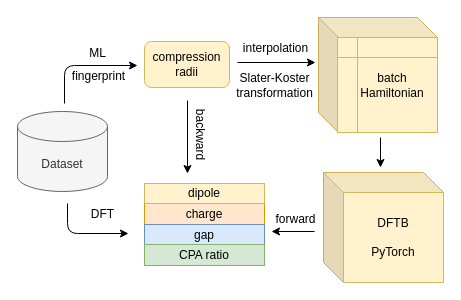
Above: Untitled Diagram.drawio in FanGuozheng/dftbpy (draw.io), before the change. Source tidied: cells renumbered, new cells numbered last; positions are measured from the earlier drawing's top-left corner, leaving out a move shared by most shapes. Both pictures are drawn from the tidied source at 100%, with x=0, y=0 at pixel (17, 17).
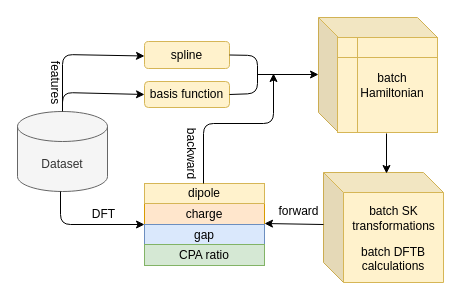
Above is the later version.

Unchanged cells that the change refers to:
```xml
<mxCell id="7" value="charge" style="rounded=0;whiteSpace=wrap;html=1;fillColor=#ffe6cc;strokeColor=#d79b00;" parent="1" vertex="1">
  <mxGeometry x="127" y="186" width="120" height="21" as="geometry" />
</mxCell>
```

Change to the diagram source:
```diff
@@
-    <mxCell id="3" value="compression radii" style="rounded=1;whiteSpace=wrap;html=1;fillColor=#fff2cc;strokeColor=#d6b656;" parent="1" vertex="1">
-      <mxGeometry x="127" y="24" width="85" height="46" as="geometry" />
+    <mxCell id="3" value="basis function" style="rounded=1;whiteSpace=wrap;html=1;fillColor=#fff2cc;strokeColor=#d6b656;" parent="1" vertex="1">
+      <mxGeometry x="127" y="64" width="85" height="26" as="geometry" />
     </mxCell>
-    <mxCell id="4" value="DFTB&lt;br&gt;&lt;br&gt;PyTorch" style="shape=cube;whiteSpace=wrap;html=1;boundedLbl=1;backgroundOutline=1;darkOpacity=0.05;darkOpacity2=0.1;fillColor=#fff2cc;strokeColor=#d6b656;" parent="1" vertex="1">
+    <mxCell id="4" value="&lt;br&gt;&lt;br&gt;&lt;br&gt;batch DFTB calculations" style="shape=cube;whiteSpace=wrap;html=1;boundedLbl=1;backgroundOutline=1;darkOpacity=0.05;darkOpacity2=0.1;fillColor=#fff2cc;strokeColor=#d6b656;" parent="1" vertex="1">
       <mxGeometry x="306" y="155" width="120" height="110" as="geometry" />
     </mxCell>
@@
-    <mxCell id="11" style="endArrow=classic;html=1;" parent="1" edge="1">
+    <mxCell id="11" style="endArrow=classic;html=1;entryX=0;entryY=0.5;entryDx=0;entryDy=0;" parent="1" edge="1" target="3">
       <mxGeometry relative="1" as="geometry">
-        <mxPoint x="47" y="86" as="sourcePoint" />
-        <mxPoint x="120" y="48" as="targetPoint" />
+        <mxPoint x="45" y="94" as="sourcePoint" />
         <Array as="points">
-          <mxPoint x="47" y="48" />
+          <mxPoint x="45" y="75" />
         </Array>
       </mxGeometry>
     </mxCell>
     <mxCell id="12" style="endArrow=classic;html=1;" parent="1" edge="1">
       <mxGeometry relative="1" as="geometry">
-        <mxPoint x="220" y="45" as="sourcePoint" />
-        <mxPoint x="298" y="45" as="targetPoint" />
+        <mxPoint x="240" y="57" as="sourcePoint" />
+        <mxPoint x="301" y="57" as="targetPoint" />
       </mxGeometry>
     </mxCell>
-    <mxCell id="13" style="endArrow=classic;html=1;" parent="1" edge="1">
+    <mxCell id="13" style="endArrow=classic;html=1;exitX=0.5;exitY=1;exitDx=0;exitDy=0;exitPerimeter=0;entryX=0;entryY=1;entryDx=0;entryDy=0;" parent="1" edge="1" target="7">
       <mxGeometry relative="1" as="geometry">
-        <mxPoint x="50" y="186" as="sourcePoint" />
-        <mxPoint x="111" y="216" as="targetPoint" />
+        <mxPoint x="43" y="174" as="sourcePoint" />
         <Array as="points">
-          <mxPoint x="50" y="216" />
+          <mxPoint x="43" y="207" />
         </Array>
       </mxGeometry>
     </mxCell>
     <mxCell id="14" style="endArrow=classic;html=1;" parent="1" edge="1">
       <mxGeometry relative="1" as="geometry">
-        <mxPoint x="297" y="214" as="sourcePoint" />
-        <mxPoint x="254" y="214" as="targetPoint" />
+        <mxPoint x="306" y="207" as="sourcePoint" />
+        <mxPoint x="247" y="206" as="targetPoint" />
       </mxGeometry>
     </mxCell>
-    <mxCell id="15" value="ML" style="text;html=1;align=center;verticalAlign=middle;" parent="1" vertex="1">
-      <mxGeometry x="65" y="26" width="30" height="20" as="geometry" />
-    </mxCell>
-    <mxCell id="16" value="fingerprint" style="text;html=1;align=center;verticalAlign=middle;" parent="1" vertex="1">
-      <mxGeometry x="46" y="49" width="70" height="20" as="geometry" />
-    </mxCell>
-    <mxCell id="17" value="interpolation" style="text;html=1;align=center;verticalAlign=middle;" parent="1" vertex="1">
-      <mxGeometry x="218" y="21" width="80" height="20" as="geometry" />
-    </mxCell>
-    <mxCell id="18" value="Slater-Koster&lt;br&gt;transformation" style="text;html=1;align=center;verticalAlign=middle;rotation=0;" parent="1" vertex="1">
-      <mxGeometry x="212" y="53" width="90" height="30" as="geometry" />
+    <mxCell id="18" value="batch SK&lt;br&gt;transformations" style="text;html=1;align=center;verticalAlign=middle;rotation=0;" parent="1" vertex="1">
+      <mxGeometry x="326" y="186" width="100" height="30" as="geometry" />
     </mxCell>
     <mxCell id="19" style="endArrow=classic;html=1;" parent="1" edge="1">
       <mxGeometry relative="1" as="geometry">
-        <mxPoint x="170" y="83" as="sourcePoint" />
-        <mxPoint x="170" y="156" as="targetPoint" />
+        <mxPoint x="186" y="166" as="sourcePoint" />
+        <mxPoint x="256" y="56" as="targetPoint" />
+        <Array as="points">
+          <mxPoint x="186" y="166" />
+          <mxPoint x="186" y="106" />
+          <mxPoint x="256" y="106" />
+        </Array>
       </mxGeometry>
     </mxCell>
     <mxCell id="20" value="backward" style="text;html=1;align=center;verticalAlign=middle;rotation=90;" parent="1" vertex="1">
-      <mxGeometry x="148" y="107" width="70" height="20" as="geometry" />
+      <mxGeometry x="139" y="126" width="70" height="20" as="geometry" />
     </mxCell>
     <mxCell id="21" value="forward" style="text;html=1;align=center;verticalAlign=middle;" parent="1" vertex="1">
-      <mxGeometry x="248" y="192" width="60" height="20" as="geometry" />
+      <mxGeometry x="251" y="184" width="60" height="20" as="geometry" />
     </mxCell>
     <mxCell id="22" value="DFT" style="text;html=1;align=center;verticalAlign=middle;" parent="1" vertex="1">
-      <mxGeometry x="65" y="187" width="40" height="20" as="geometry" />
+      <mxGeometry x="66" y="187" width="40" height="20" as="geometry" />
     </mxCell>
-    <mxCell id="23" style="endArrow=classic;html=1;" parent="1" edge="1">
+    <mxCell id="23" style="endArrow=classic;html=1;entryX=0.283;entryY=0.009;entryDx=0;entryDy=0;entryPerimeter=0;" parent="1" edge="1">
       <mxGeometry relative="1" as="geometry">
-        <mxPoint x="363" y="120" as="sourcePoint" />
-        <mxPoint x="363" y="150" as="targetPoint" />
+        <mxPoint x="369" y="116" as="sourcePoint" />
+        <mxPoint x="369" y="156" as="targetPoint" />
       </mxGeometry>
     </mxCell>
+    <mxCell id="24" style="endArrow=classic;html=1;entryX=0;entryY=0.5;entryDx=0;entryDy=0;" parent="1" edge="1">
+      <mxGeometry relative="1" as="geometry">
+        <mxPoint x="45" y="86" as="sourcePoint" />
+        <mxPoint x="127" y="38.5" as="targetPoint" />
+        <Array as="points">
+          <mxPoint x="45" y="37" />
+        </Array>
+      </mxGeometry>
+    </mxCell>
+    <mxCell id="25" value="spline" style="rounded=1;whiteSpace=wrap;html=1;fillColor=#fff2cc;strokeColor=#d6b656;" parent="1" vertex="1">
+      <mxGeometry x="127" y="24" width="85" height="27" as="geometry" />
+    </mxCell>
+    <mxCell id="26" style="endArrow=none;html=1;entryX=1;entryY=0.5;entryDx=0;entryDy=0;exitX=1;exitY=0.5;exitDx=0;exitDy=0;" parent="1" edge="1" source="3" target="25">
+      <mxGeometry relative="1" as="geometry">
+        <Array as="points">
+          <mxPoint x="240" y="76" />
+          <mxPoint x="240" y="38" />
+        </Array>
+      </mxGeometry>
+    </mxCell>
+    <mxCell id="27" value="features" style="text;html=1;align=center;verticalAlign=middle;rotation=90;" parent="1" vertex="1">
+      <mxGeometry x="8" y="55" width="60" height="20" as="geometry" />
+    </mxCell>
```
